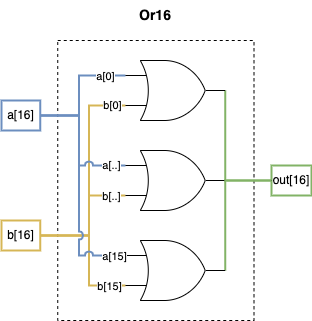
This is course1/project1/diagrams/or16.png from pwbrown/nand2tetris, a draw.io export, as it was before one commit. Source tidied: cells renumbered, new cells last; positions are measured from the earlier drawing's top-left corner, leaving out a move shared by most shapes. The source it was exported from:
```xml
<mxGraphModel>
  <root>
    <mxCell id="0" />
    <mxCell id="1" parent="0" />
    <mxCell id="2" value="&lt;font style=&quot;font-size: 14px;&quot;&gt;&lt;b&gt;Or16&lt;/b&gt;&lt;/font&gt;" style="text;html=1;align=center;verticalAlign=middle;whiteSpace=wrap;rounded=0;" parent="1" vertex="1">
      <mxGeometry x="124.4" width="60" height="30" as="geometry" />
    </mxCell>
    <mxCell id="3" style="rounded=0;whiteSpace=wrap;html=1;dashed=1;" parent="1" vertex="1">
      <mxGeometry x="56.2" y="40" width="196.2" height="280" as="geometry" />
    </mxCell>
    <mxCell id="4" value="out[16]" style="text;html=1;align=center;verticalAlign=middle;whiteSpace=wrap;rounded=0;fillColor=none;strokeColor=#82b366;strokeWidth=2;" parent="1" vertex="1">
      <mxGeometry x="270" y="165" width="40" height="30" as="geometry" />
    </mxCell>
    <mxCell id="5" value="a[16]" style="text;html=1;align=center;verticalAlign=middle;whiteSpace=wrap;rounded=0;fillColor=none;strokeColor=#6c8ebf;strokeWidth=2;" parent="1" vertex="1">
      <mxGeometry y="100" width="38.8" height="30" as="geometry" />
    </mxCell>
    <mxCell id="6" style="edgeStyle=orthogonalEdgeStyle;shape=connector;rounded=0;orthogonalLoop=1;jettySize=auto;html=1;exitX=1;exitY=0.5;exitDx=0;exitDy=0;exitPerimeter=0;entryX=0;entryY=0.75;entryDx=0;entryDy=0;entryPerimeter=0;strokeColor=default;align=center;verticalAlign=middle;fontFamily=Helvetica;fontSize=11;fontColor=default;labelBackgroundColor=default;startFill=0;endArrow=none;" parent="1" edge="1">
      <mxGeometry relative="1" as="geometry">
        <mxPoint x="217.5" y="175" as="sourcePoint" />
        <mxPoint x="217.5" y="175" as="targetPoint" />
      </mxGeometry>
    </mxCell>
    <mxCell id="7" value="b[16]" style="text;html=1;align=center;verticalAlign=middle;whiteSpace=wrap;rounded=0;fillColor=none;strokeWidth=2;strokeColor=#d6b656;" parent="1" vertex="1">
      <mxGeometry y="220" width="38.8" height="30" as="geometry" />
    </mxCell>
    <mxCell id="8" style="edgeStyle=orthogonalEdgeStyle;shape=connector;rounded=0;jettySize=auto;html=1;exitX=1;exitY=0.5;exitDx=0;exitDy=0;exitPerimeter=0;entryX=0;entryY=0.5;entryDx=0;entryDy=0;strokeColor=#82b366;align=center;verticalAlign=middle;fontFamily=Helvetica;fontSize=11;fontColor=default;labelBackgroundColor=default;startFill=0;endArrow=none;fillColor=#d5e8d4;strokeWidth=2;" parent="1" edge="1" source="9" target="4">
      <mxGeometry relative="1" as="geometry">
        <Array as="points">
          <mxPoint x="223.5" y="180" />
        </Array>
      </mxGeometry>
    </mxCell>
    <mxCell id="9" style="verticalLabelPosition=bottom;shadow=0;dashed=0;align=center;html=1;verticalAlign=top;shape=mxgraph.electrical.logic_gates.logic_gate;operation=or;fontFamily=Helvetica;fontSize=11;fontColor=default;labelBackgroundColor=default;" parent="1" vertex="1">
      <mxGeometry x="123.8" y="60" width="100" height="60" as="geometry" />
    </mxCell>
    <mxCell id="10" style="edgeStyle=orthogonalEdgeStyle;shape=connector;rounded=0;jettySize=auto;html=1;exitX=1;exitY=0.5;exitDx=0;exitDy=0;exitPerimeter=0;entryX=0;entryY=0.5;entryDx=0;entryDy=0;strokeColor=default;align=center;verticalAlign=middle;fontFamily=Helvetica;fontSize=11;fontColor=default;labelBackgroundColor=default;startFill=0;endArrow=none;" parent="1" edge="1" source="11" target="4">
      <mxGeometry relative="1" as="geometry" />
    </mxCell>
    <mxCell id="11" style="verticalLabelPosition=bottom;shadow=0;dashed=0;align=center;html=1;verticalAlign=top;shape=mxgraph.electrical.logic_gates.logic_gate;operation=or;fontFamily=Helvetica;fontSize=11;fontColor=default;labelBackgroundColor=default;" parent="1" vertex="1">
      <mxGeometry x="123.8" y="150" width="100" height="60" as="geometry" />
    </mxCell>
    <mxCell id="12" style="edgeStyle=orthogonalEdgeStyle;shape=connector;rounded=0;jettySize=auto;html=1;exitX=1;exitY=0.5;exitDx=0;exitDy=0;exitPerimeter=0;entryX=0;entryY=0.5;entryDx=0;entryDy=0;strokeColor=#82b366;align=center;verticalAlign=middle;fontFamily=Helvetica;fontSize=11;fontColor=default;labelBackgroundColor=default;startFill=0;endArrow=none;fillColor=#d5e8d4;strokeWidth=2;" parent="1" edge="1" source="13" target="4">
      <mxGeometry relative="1" as="geometry">
        <Array as="points">
          <mxPoint x="223.5" y="180" />
        </Array>
      </mxGeometry>
    </mxCell>
    <mxCell id="13" style="verticalLabelPosition=bottom;shadow=0;dashed=0;align=center;html=1;verticalAlign=top;shape=mxgraph.electrical.logic_gates.logic_gate;operation=or;fontFamily=Helvetica;fontSize=11;fontColor=default;labelBackgroundColor=default;" parent="1" vertex="1">
      <mxGeometry x="123.8" y="240" width="100" height="60" as="geometry" />
    </mxCell>
    <mxCell id="14" style="edgeStyle=orthogonalEdgeStyle;shape=connector;rounded=0;jettySize=auto;html=1;exitX=1;exitY=0.5;exitDx=0;exitDy=0;entryX=0;entryY=0.75;entryDx=0;entryDy=0;entryPerimeter=0;strokeColor=#d6b656;align=center;verticalAlign=middle;fontFamily=Helvetica;fontSize=11;fontColor=default;labelBackgroundColor=default;startFill=0;endArrow=none;fillColor=#fff2cc;strokeWidth=2;" parent="1" edge="1" source="7" target="9">
      <mxGeometry relative="1" as="geometry">
        <Array as="points">
          <mxPoint x="87.5" y="235" />
          <mxPoint x="87.5" y="105" />
        </Array>
      </mxGeometry>
    </mxCell>
    <mxCell id="15" value="b[0]" style="edgeLabel;html=1;align=center;verticalAlign=middle;fontFamily=Helvetica;fontSize=11;fontColor=default;labelBackgroundColor=default;" parent="14" vertex="1">
      <mxGeometry x="0.88" y="1" relative="1" as="geometry" />
    </mxCell>
    <mxCell id="16" style="edgeStyle=orthogonalEdgeStyle;shape=connector;rounded=0;jettySize=auto;html=1;exitX=1;exitY=0.5;exitDx=0;exitDy=0;entryX=0;entryY=0.75;entryDx=0;entryDy=0;entryPerimeter=0;strokeColor=#d6b656;align=center;verticalAlign=middle;fontFamily=Helvetica;fontSize=11;fontColor=default;labelBackgroundColor=default;startFill=0;endArrow=none;fillColor=#fff2cc;strokeWidth=2;" parent="1" edge="1" source="7" target="11">
      <mxGeometry relative="1" as="geometry">
        <Array as="points">
          <mxPoint x="87.5" y="235" />
          <mxPoint x="87.5" y="195" />
        </Array>
      </mxGeometry>
    </mxCell>
    <mxCell id="17" value="b[..]" style="edgeLabel;html=1;align=center;verticalAlign=middle;fontFamily=Helvetica;fontSize=11;fontColor=default;labelBackgroundColor=default;" parent="16" vertex="1">
      <mxGeometry x="0.77" relative="1" as="geometry" />
    </mxCell>
    <mxCell id="18" style="edgeStyle=orthogonalEdgeStyle;shape=connector;rounded=0;jettySize=auto;html=1;exitX=1;exitY=0.5;exitDx=0;exitDy=0;entryX=0;entryY=0.75;entryDx=0;entryDy=0;entryPerimeter=0;strokeColor=#d6b656;align=center;verticalAlign=middle;fontFamily=Helvetica;fontSize=11;fontColor=default;labelBackgroundColor=default;startFill=0;endArrow=none;fillColor=#fff2cc;strokeWidth=2;" parent="1" edge="1" source="7" target="13">
      <mxGeometry relative="1" as="geometry">
        <Array as="points">
          <mxPoint x="87.5" y="235" />
          <mxPoint x="87.5" y="285" />
        </Array>
      </mxGeometry>
    </mxCell>
    <mxCell id="19" value="b[15]" style="edgeLabel;html=1;align=center;verticalAlign=middle;fontFamily=Helvetica;fontSize=11;fontColor=default;labelBackgroundColor=default;" parent="18" vertex="1">
      <mxGeometry x="0.69" relative="1" as="geometry">
        <mxPoint x="5" as="offset" />
      </mxGeometry>
    </mxCell>
    <mxCell id="20" style="edgeStyle=orthogonalEdgeStyle;shape=connector;rounded=0;jettySize=auto;html=1;exitX=1;exitY=0.5;exitDx=0;exitDy=0;entryX=0;entryY=0.25;entryDx=0;entryDy=0;entryPerimeter=0;strokeColor=#6c8ebf;align=center;verticalAlign=middle;fontFamily=Helvetica;fontSize=11;fontColor=default;labelBackgroundColor=default;startFill=0;endArrow=none;fillColor=#dae8fc;strokeWidth=2;" parent="1" edge="1" source="5" target="9">
      <mxGeometry relative="1" as="geometry">
        <Array as="points">
          <mxPoint x="77.5" y="115" />
          <mxPoint x="77.5" y="75" />
        </Array>
      </mxGeometry>
    </mxCell>
    <mxCell id="21" value="a[0]" style="edgeLabel;html=1;align=center;verticalAlign=middle;fontFamily=Helvetica;fontSize=11;fontColor=default;labelBackgroundColor=default;" parent="20" vertex="1">
      <mxGeometry x="0.68" relative="1" as="geometry" />
    </mxCell>
    <mxCell id="22" style="edgeStyle=orthogonalEdgeStyle;shape=connector;rounded=0;jettySize=auto;html=1;exitX=1;exitY=0.5;exitDx=0;exitDy=0;entryX=0;entryY=0.25;entryDx=0;entryDy=0;entryPerimeter=0;strokeColor=#6c8ebf;align=center;verticalAlign=middle;fontFamily=Helvetica;fontSize=11;fontColor=default;labelBackgroundColor=default;startFill=0;endArrow=none;jumpStyle=arc;fillColor=#dae8fc;strokeWidth=2;" parent="1" edge="1" source="5" target="11">
      <mxGeometry relative="1" as="geometry">
        <Array as="points">
          <mxPoint x="77.5" y="115" />
          <mxPoint x="77.5" y="165" />
        </Array>
      </mxGeometry>
    </mxCell>
    <mxCell id="23" value="a[..]" style="edgeLabel;html=1;align=center;verticalAlign=middle;fontFamily=Helvetica;fontSize=11;fontColor=default;labelBackgroundColor=default;" parent="22" vertex="1">
      <mxGeometry x="0.79" y="1" relative="1" as="geometry" />
    </mxCell>
    <mxCell id="24" style="edgeStyle=orthogonalEdgeStyle;shape=connector;rounded=0;jettySize=auto;html=1;exitX=1;exitY=0.5;exitDx=0;exitDy=0;entryX=0;entryY=0.25;entryDx=0;entryDy=0;entryPerimeter=0;strokeColor=#6c8ebf;align=center;verticalAlign=middle;fontFamily=Helvetica;fontSize=11;fontColor=default;labelBackgroundColor=default;startFill=0;endArrow=none;jumpStyle=arc;fillColor=#dae8fc;strokeWidth=2;" parent="1" edge="1" source="5" target="13">
      <mxGeometry relative="1" as="geometry">
        <Array as="points">
          <mxPoint x="77.5" y="115" />
          <mxPoint x="77.5" y="255" />
        </Array>
      </mxGeometry>
    </mxCell>
    <mxCell id="25" value="a[15]" style="edgeLabel;html=1;align=center;verticalAlign=middle;fontFamily=Helvetica;fontSize=11;fontColor=default;labelBackgroundColor=default;" parent="24" vertex="1">
      <mxGeometry x="0.9" relative="1" as="geometry" />
    </mxCell>
  </root>
</mxGraphModel>
```
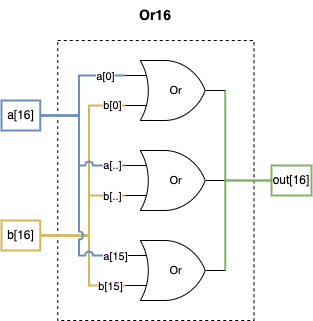
Above is the later version.

The edit, as a diff of the source:
```diff
@@ -30,13 +30,13 @@
         </Array>
       </mxGeometry>
     </mxCell>
-    <mxCell id="9" style="verticalLabelPosition=bottom;shadow=0;dashed=0;align=center;html=1;verticalAlign=top;shape=mxgraph.electrical.logic_gates.logic_gate;operation=or;fontFamily=Helvetica;fontSize=11;fontColor=default;labelBackgroundColor=default;" parent="1" vertex="1">
+    <mxCell id="9" value="Or" style="verticalLabelPosition=middle;shadow=0;dashed=0;align=center;html=1;verticalAlign=middle;shape=mxgraph.electrical.logic_gates.logic_gate;operation=or;fontFamily=Helvetica;fontSize=11;fontColor=default;labelBackgroundColor=default;labelPosition=center;" parent="1" vertex="1">
       <mxGeometry x="123.8" y="60" width="100" height="60" as="geometry" />
     </mxCell>
     <mxCell id="10" style="edgeStyle=orthogonalEdgeStyle;shape=connector;rounded=0;jettySize=auto;html=1;exitX=1;exitY=0.5;exitDx=0;exitDy=0;exitPerimeter=0;entryX=0;entryY=0.5;entryDx=0;entryDy=0;strokeColor=default;align=center;verticalAlign=middle;fontFamily=Helvetica;fontSize=11;fontColor=default;labelBackgroundColor=default;startFill=0;endArrow=none;" parent="1" edge="1" source="11" target="4">
       <mxGeometry relative="1" as="geometry" />
     </mxCell>
-    <mxCell id="11" style="verticalLabelPosition=bottom;shadow=0;dashed=0;align=center;html=1;verticalAlign=top;shape=mxgraph.electrical.logic_gates.logic_gate;operation=or;fontFamily=Helvetica;fontSize=11;fontColor=default;labelBackgroundColor=default;" parent="1" vertex="1">
+    <mxCell id="11" value="Or" style="verticalLabelPosition=middle;shadow=0;dashed=0;align=center;html=1;verticalAlign=middle;shape=mxgraph.electrical.logic_gates.logic_gate;operation=or;fontFamily=Helvetica;fontSize=11;fontColor=default;labelBackgroundColor=default;labelPosition=center;" parent="1" vertex="1">
       <mxGeometry x="123.8" y="150" width="100" height="60" as="geometry" />
     </mxCell>
     <mxCell id="12" style="edgeStyle=orthogonalEdgeStyle;shape=connector;rounded=0;jettySize=auto;html=1;exitX=1;exitY=0.5;exitDx=0;exitDy=0;exitPerimeter=0;entryX=0;entryY=0.5;entryDx=0;entryDy=0;strokeColor=#82b366;align=center;verticalAlign=middle;fontFamily=Helvetica;fontSize=11;fontColor=default;labelBackgroundColor=default;startFill=0;endArrow=none;fillColor=#d5e8d4;strokeWidth=2;" parent="1" edge="1" source="13" target="4">
@@ -46,7 +46,7 @@
         </Array>
       </mxGeometry>
     </mxCell>
-    <mxCell id="13" style="verticalLabelPosition=bottom;shadow=0;dashed=0;align=center;html=1;verticalAlign=top;shape=mxgraph.electrical.logic_gates.logic_gate;operation=or;fontFamily=Helvetica;fontSize=11;fontColor=default;labelBackgroundColor=default;" parent="1" vertex="1">
+    <mxCell id="13" value="Or" style="verticalLabelPosition=middle;shadow=0;dashed=0;align=center;html=1;verticalAlign=middle;shape=mxgraph.electrical.logic_gates.logic_gate;operation=or;fontFamily=Helvetica;fontSize=11;fontColor=default;labelBackgroundColor=default;labelPosition=center;" parent="1" vertex="1">
       <mxGeometry x="123.8" y="240" width="100" height="60" as="geometry" />
     </mxCell>
     <mxCell id="14" style="edgeStyle=orthogonalEdgeStyle;shape=connector;rounded=0;jettySize=auto;html=1;exitX=1;exitY=0.5;exitDx=0;exitDy=0;entryX=0;entryY=0.75;entryDx=0;entryDy=0;entryPerimeter=0;strokeColor=#d6b656;align=center;verticalAlign=middle;fontFamily=Helvetica;fontSize=11;fontColor=default;labelBackgroundColor=default;startFill=0;endArrow=none;fillColor=#fff2cc;strokeWidth=2;" parent="1" edge="1" source="7" target="9">
```
